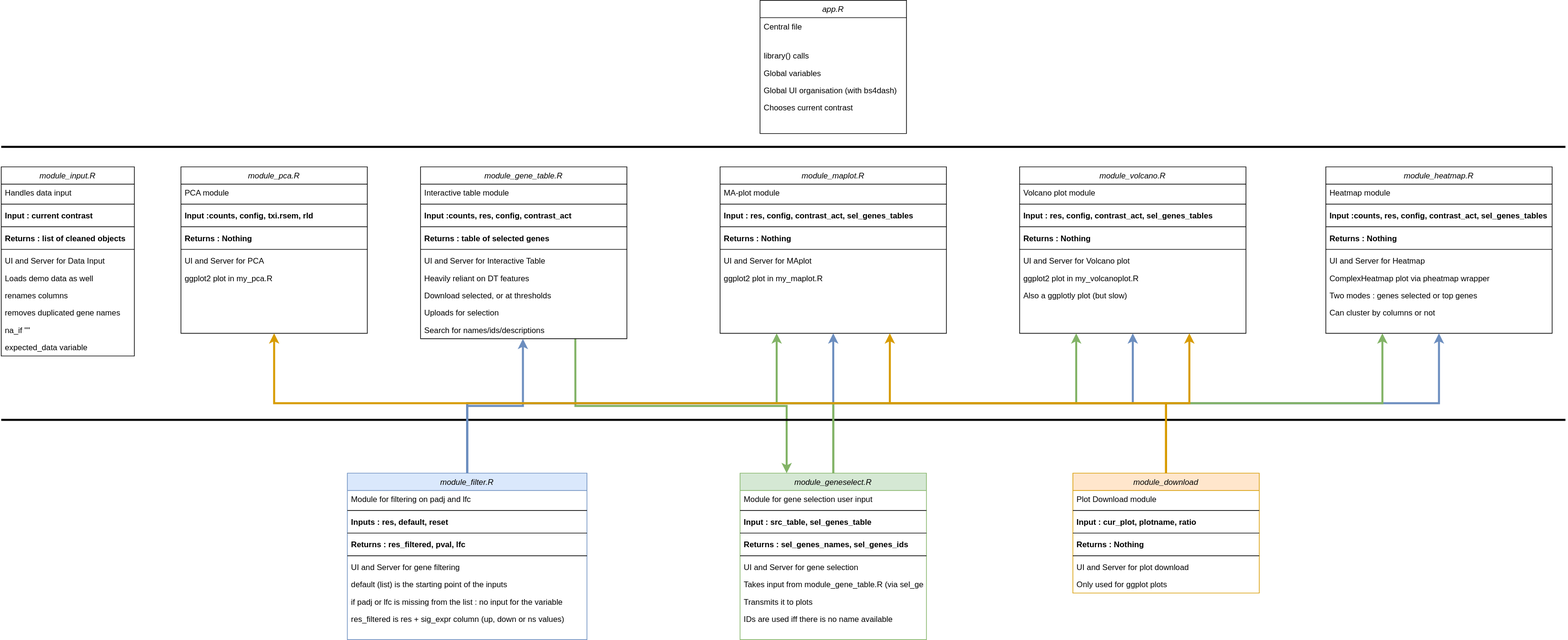
Above: docs/modules_diagram.svg in GENOM-IC-Cochin/Radish (draw.io), before the change. Source tidied: cells renumbered, new cells last; positions are measured from the earlier drawing's top-left corner, leaving out a move shared by most shapes.
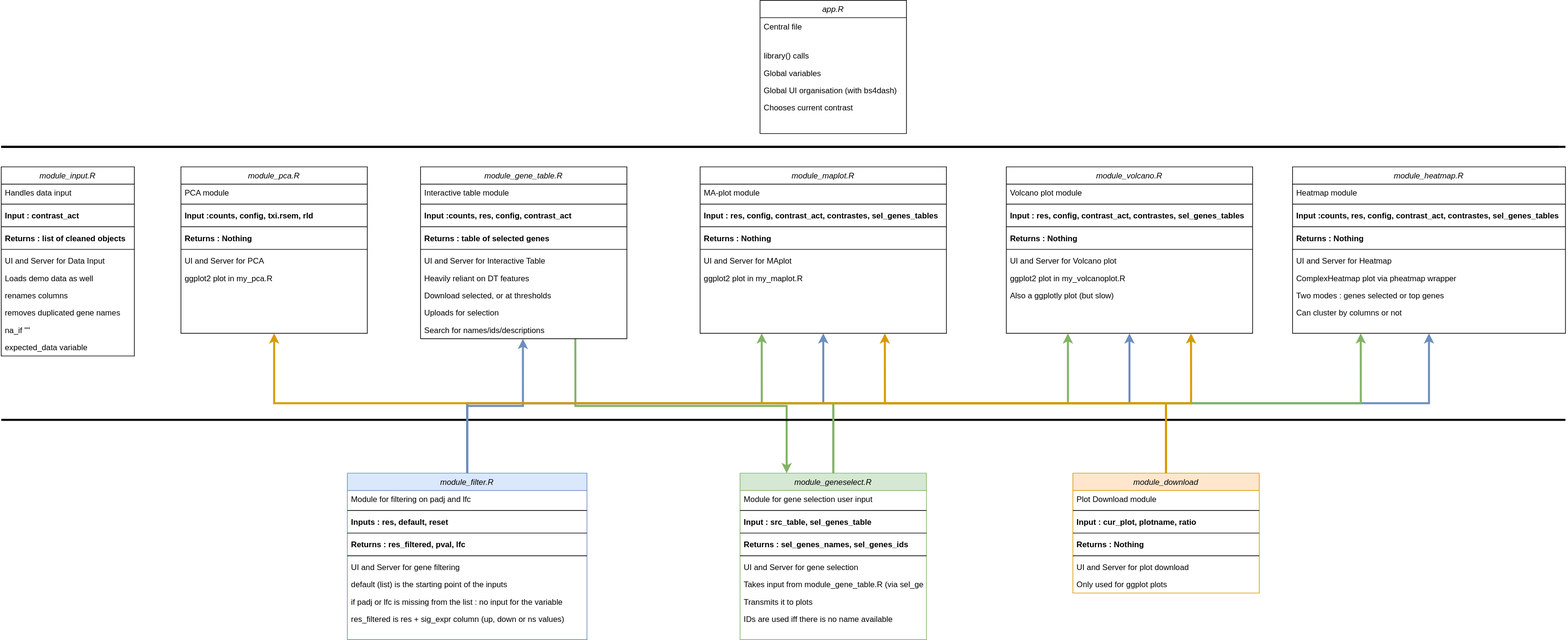
The same file after the commit.

Diff of the diagram source:
```diff
@@ -29,7 +29,7 @@
     <mxCell id="10" style="line;html=1;strokeWidth=1;align=left;verticalAlign=middle;spacingTop=-1;spacingLeft=3;spacingRight=3;labelPosition=right;" parent="8" vertex="1">
       <mxGeometry y="52" width="200" height="8" as="geometry" />
     </mxCell>
-    <mxCell id="11" value="Input : current contrast" style="text;align=left;verticalAlign=top;spacingLeft=4;spacingRight=4;overflow=hidden;fontStyle=1;" parent="8" vertex="1">
+    <mxCell id="11" value="Input : contrast_act" style="text;align=left;verticalAlign=top;spacingLeft=4;spacingRight=4;overflow=hidden;fontStyle=1;" parent="8" vertex="1">
       <mxGeometry y="60" width="200" height="26" as="geometry" />
     </mxCell>
     <mxCell id="12" style="line;html=1;strokeWidth=1;align=left;verticalAlign=middle;spacingTop=-1;spacingLeft=3;spacingRight=3;labelPosition=right;" parent="8" vertex="1">
@@ -62,7 +62,7 @@
     <mxCell id="21" style="endArrow=none;html=1;rounded=0;strokeWidth=3;" parent="1" edge="1">
       <mxGeometry relative="1" as="geometry">
         <mxPoint y="220" as="sourcePoint" />
-        <mxPoint x="2350" y="220" as="targetPoint" />
+        <mxPoint x="2340" y="220" as="targetPoint" />
       </mxGeometry>
     </mxCell>
     <mxCell id="22" value="module_pca.R" style="swimlane;fontStyle=2;align=center;verticalAlign=top;horizontal=1;startSize=26;rounded=0;shadow=0;strokeWidth=1;" parent="1" vertex="1">
@@ -132,94 +132,94 @@
       <mxGeometry y="232" width="310" height="26" as="geometry" />
     </mxCell>
     <mxCell id="44" value="module_maplot.R" style="swimlane;fontStyle=2;align=center;verticalAlign=top;horizontal=1;startSize=26;rounded=0;shadow=0;strokeWidth=1;" parent="1" vertex="1">
-      <mxGeometry x="1080" y="250" width="340" height="250" as="geometry" />
+      <mxGeometry x="1050" y="250" width="370" height="250" as="geometry" />
     </mxCell>
     <mxCell id="45" value="MA-plot module" style="text;align=left;verticalAlign=top;spacingLeft=4;spacingRight=4;overflow=hidden;" parent="44" vertex="1">
-      <mxGeometry y="26" width="340" height="26" as="geometry" />
+      <mxGeometry y="26" width="370" height="26" as="geometry" />
     </mxCell>
     <mxCell id="46" style="line;html=1;strokeWidth=1;align=left;verticalAlign=middle;spacingTop=-1;spacingLeft=3;spacingRight=3;labelPosition=right;" parent="44" vertex="1">
-      <mxGeometry y="52" width="340" height="8" as="geometry" />
+      <mxGeometry y="52" width="370" height="8" as="geometry" />
     </mxCell>
-    <mxCell id="47" value="Input : res, config, contrast_act, sel_genes_tables" style="text;align=left;verticalAlign=top;spacingLeft=4;spacingRight=4;overflow=hidden;fontStyle=1;" parent="44" vertex="1">
-      <mxGeometry y="60" width="340" height="26" as="geometry" />
+    <mxCell id="47" value="Input : res, config, contrast_act, contrastes, sel_genes_tables" style="text;align=left;verticalAlign=top;spacingLeft=4;spacingRight=4;overflow=hidden;fontStyle=1;" parent="44" vertex="1">
+      <mxGeometry y="60" width="370" height="26" as="geometry" />
     </mxCell>
     <mxCell id="48" style="line;html=1;strokeWidth=1;align=left;verticalAlign=middle;spacingTop=-1;spacingLeft=3;spacingRight=3;labelPosition=right;" parent="44" vertex="1">
-      <mxGeometry y="86" width="340" height="8" as="geometry" />
+      <mxGeometry y="86" width="370" height="8" as="geometry" />
     </mxCell>
     <mxCell id="49" value="Returns : Nothing" style="text;align=left;verticalAlign=top;spacingLeft=4;spacingRight=4;overflow=hidden;fontStyle=1;" parent="44" vertex="1">
-      <mxGeometry y="94" width="340" height="26" as="geometry" />
+      <mxGeometry y="94" width="370" height="26" as="geometry" />
     </mxCell>
     <mxCell id="50" style="line;html=1;strokeWidth=1;align=left;verticalAlign=middle;spacingTop=-1;spacingLeft=3;spacingRight=3;labelPosition=right;" parent="44" vertex="1">
-      <mxGeometry y="120" width="340" height="8" as="geometry" />
+      <mxGeometry y="120" width="370" height="8" as="geometry" />
     </mxCell>
     <mxCell id="51" value="UI and Server for MAplot" style="text;align=left;verticalAlign=top;spacingLeft=4;spacingRight=4;overflow=hidden;fontStyle=0;" parent="44" vertex="1">
-      <mxGeometry y="128" width="340" height="26" as="geometry" />
+      <mxGeometry y="128" width="370" height="26" as="geometry" />
     </mxCell>
     <mxCell id="52" value="ggplot2 plot in my_maplot.R" style="text;align=left;verticalAlign=top;spacingLeft=4;spacingRight=4;overflow=hidden;fontStyle=0;" parent="44" vertex="1">
-      <mxGeometry y="154" width="340" height="26" as="geometry" />
+      <mxGeometry y="154" width="370" height="26" as="geometry" />
     </mxCell>
     <mxCell id="53" value="module_volcano.R" style="swimlane;fontStyle=2;align=center;verticalAlign=top;horizontal=1;startSize=26;rounded=0;shadow=0;strokeWidth=1;" parent="1" vertex="1">
-      <mxGeometry x="1530" y="250" width="340" height="250" as="geometry" />
+      <mxGeometry x="1510" y="250" width="370" height="250" as="geometry" />
     </mxCell>
     <mxCell id="54" value="Volcano plot module" style="text;align=left;verticalAlign=top;spacingLeft=4;spacingRight=4;overflow=hidden;" parent="53" vertex="1">
-      <mxGeometry y="26" width="340" height="26" as="geometry" />
+      <mxGeometry y="26" width="370" height="26" as="geometry" />
     </mxCell>
     <mxCell id="55" style="line;html=1;strokeWidth=1;align=left;verticalAlign=middle;spacingTop=-1;spacingLeft=3;spacingRight=3;labelPosition=right;" parent="53" vertex="1">
-      <mxGeometry y="52" width="340" height="8" as="geometry" />
+      <mxGeometry y="52" width="370" height="8" as="geometry" />
     </mxCell>
-    <mxCell id="56" value="Input : res, config, contrast_act, sel_genes_tables" style="text;align=left;verticalAlign=top;spacingLeft=4;spacingRight=4;overflow=hidden;fontStyle=1;" parent="53" vertex="1">
-      <mxGeometry y="60" width="340" height="26" as="geometry" />
+    <mxCell id="56" value="Input : res, config, contrast_act, contrastes, sel_genes_tables" style="text;align=left;verticalAlign=top;spacingLeft=4;spacingRight=4;overflow=hidden;fontStyle=1;" parent="53" vertex="1">
+      <mxGeometry y="60" width="370" height="26" as="geometry" />
     </mxCell>
     <mxCell id="57" style="line;html=1;strokeWidth=1;align=left;verticalAlign=middle;spacingTop=-1;spacingLeft=3;spacingRight=3;labelPosition=right;" parent="53" vertex="1">
-      <mxGeometry y="86" width="340" height="8" as="geometry" />
+      <mxGeometry y="86" width="370" height="8" as="geometry" />
     </mxCell>
     <mxCell id="58" value="Returns : Nothing" style="text;align=left;verticalAlign=top;spacingLeft=4;spacingRight=4;overflow=hidden;fontStyle=1;" parent="53" vertex="1">
-      <mxGeometry y="94" width="340" height="26" as="geometry" />
+      <mxGeometry y="94" width="370" height="26" as="geometry" />
     </mxCell>
     <mxCell id="59" style="line;html=1;strokeWidth=1;align=left;verticalAlign=middle;spacingTop=-1;spacingLeft=3;spacingRight=3;labelPosition=right;" parent="53" vertex="1">
-      <mxGeometry y="120" width="340" height="8" as="geometry" />
+      <mxGeometry y="120" width="370" height="8" as="geometry" />
     </mxCell>
     <mxCell id="60" value="UI and Server for Volcano plot" style="text;align=left;verticalAlign=top;spacingLeft=4;spacingRight=4;overflow=hidden;fontStyle=0;" parent="53" vertex="1">
-      <mxGeometry y="128" width="340" height="26" as="geometry" />
+      <mxGeometry y="128" width="370" height="26" as="geometry" />
     </mxCell>
     <mxCell id="61" value="ggplot2 plot in my_volcanoplot.R" style="text;align=left;verticalAlign=top;spacingLeft=4;spacingRight=4;overflow=hidden;fontStyle=0;" parent="53" vertex="1">
-      <mxGeometry y="154" width="340" height="26" as="geometry" />
+      <mxGeometry y="154" width="370" height="26" as="geometry" />
     </mxCell>
     <mxCell id="62" value="Also a ggplotly plot (but slow)" style="text;align=left;verticalAlign=top;spacingLeft=4;spacingRight=4;overflow=hidden;fontStyle=0;" parent="53" vertex="1">
-      <mxGeometry y="180" width="340" height="26" as="geometry" />
+      <mxGeometry y="180" width="370" height="26" as="geometry" />
     </mxCell>
     <mxCell id="63" value="module_heatmap.R" style="swimlane;fontStyle=2;align=center;verticalAlign=top;horizontal=1;startSize=26;rounded=0;shadow=0;strokeWidth=1;" parent="1" vertex="1">
-      <mxGeometry x="1990" y="250" width="340" height="250" as="geometry" />
+      <mxGeometry x="1940" y="250" width="410" height="250" as="geometry" />
     </mxCell>
     <mxCell id="64" value="Heatmap module" style="text;align=left;verticalAlign=top;spacingLeft=4;spacingRight=4;overflow=hidden;" parent="63" vertex="1">
-      <mxGeometry y="26" width="340" height="26" as="geometry" />
+      <mxGeometry y="26" width="410" height="26" as="geometry" />
     </mxCell>
     <mxCell id="65" style="line;html=1;strokeWidth=1;align=left;verticalAlign=middle;spacingTop=-1;spacingLeft=3;spacingRight=3;labelPosition=right;" parent="63" vertex="1">
-      <mxGeometry y="52" width="340" height="8" as="geometry" />
+      <mxGeometry y="52" width="410" height="8" as="geometry" />
     </mxCell>
-    <mxCell id="66" value="Input :counts, res, config, contrast_act, sel_genes_tables" style="text;align=left;verticalAlign=top;spacingLeft=4;spacingRight=4;overflow=hidden;fontStyle=1;" parent="63" vertex="1">
-      <mxGeometry y="60" width="340" height="26" as="geometry" />
+    <mxCell id="66" value="Input :counts, res, config, contrast_act, contrastes, sel_genes_tables" style="text;align=left;verticalAlign=top;spacingLeft=4;spacingRight=4;overflow=hidden;fontStyle=1;" parent="63" vertex="1">
+      <mxGeometry y="60" width="410" height="26" as="geometry" />
     </mxCell>
     <mxCell id="67" style="line;html=1;strokeWidth=1;align=left;verticalAlign=middle;spacingTop=-1;spacingLeft=3;spacingRight=3;labelPosition=right;" parent="63" vertex="1">
-      <mxGeometry y="86" width="340" height="8" as="geometry" />
+      <mxGeometry y="86" width="410" height="8" as="geometry" />
     </mxCell>
     <mxCell id="68" value="Returns : Nothing" style="text;align=left;verticalAlign=top;spacingLeft=4;spacingRight=4;overflow=hidden;fontStyle=1;" parent="63" vertex="1">
-      <mxGeometry y="94" width="340" height="26" as="geometry" />
+      <mxGeometry y="94" width="410" height="26" as="geometry" />
     </mxCell>
     <mxCell id="69" style="line;html=1;strokeWidth=1;align=left;verticalAlign=middle;spacingTop=-1;spacingLeft=3;spacingRight=3;labelPosition=right;" parent="63" vertex="1">
-      <mxGeometry y="120" width="340" height="8" as="geometry" />
+      <mxGeometry y="120" width="410" height="8" as="geometry" />
     </mxCell>
     <mxCell id="70" value="UI and Server for Heatmap" style="text;align=left;verticalAlign=top;spacingLeft=4;spacingRight=4;overflow=hidden;fontStyle=0;" parent="63" vertex="1">
-      <mxGeometry y="128" width="340" height="26" as="geometry" />
+      <mxGeometry y="128" width="410" height="26" as="geometry" />
     </mxCell>
     <mxCell id="71" value="ComplexHeatmap plot via pheatmap wrapper" style="text;align=left;verticalAlign=top;spacingLeft=4;spacingRight=4;overflow=hidden;fontStyle=0;" parent="63" vertex="1">
-      <mxGeometry y="154" width="340" height="26" as="geometry" />
+      <mxGeometry y="154" width="410" height="26" as="geometry" />
     </mxCell>
     <mxCell id="72" value="Two modes : genes selected or top genes" style="text;align=left;verticalAlign=top;spacingLeft=4;spacingRight=4;overflow=hidden;fontStyle=0;" parent="63" vertex="1">
-      <mxGeometry y="180" width="340" height="26" as="geometry" />
+      <mxGeometry y="180" width="410" height="26" as="geometry" />
     </mxCell>
     <mxCell id="73" value="Can cluster by columns or not" style="text;align=left;verticalAlign=top;spacingLeft=4;spacingRight=4;overflow=hidden;fontStyle=0;" parent="63" vertex="1">
-      <mxGeometry y="206" width="340" height="26" as="geometry" />
+      <mxGeometry y="206" width="410" height="26" as="geometry" />
     </mxCell>
     <mxCell id="74" style="endArrow=none;html=1;rounded=0;strokeWidth=3;" parent="1" edge="1">
       <mxGeometry relative="1" as="geometry">
@@ -350,5 +350,11 @@
     <mxCell id="115" value="Only used for ggplot plots" style="text;align=left;verticalAlign=top;spacingLeft=4;spacingRight=4;overflow=hidden;fontStyle=0;" parent="107" vertex="1">
       <mxGeometry y="154" width="280" height="26" as="geometry" />
     </mxCell>
+    <mxCell id="116" style="endArrow=none;html=1;rounded=0;strokeWidth=3;" parent="1" edge="1">
+      <mxGeometry relative="1" as="geometry">
+        <mxPoint y="220" as="sourcePoint" />
+        <mxPoint x="2350" y="220" as="targetPoint" />
+      </mxGeometry>
+    </mxCell>
   </root>
 </mxGraphModel>
```
